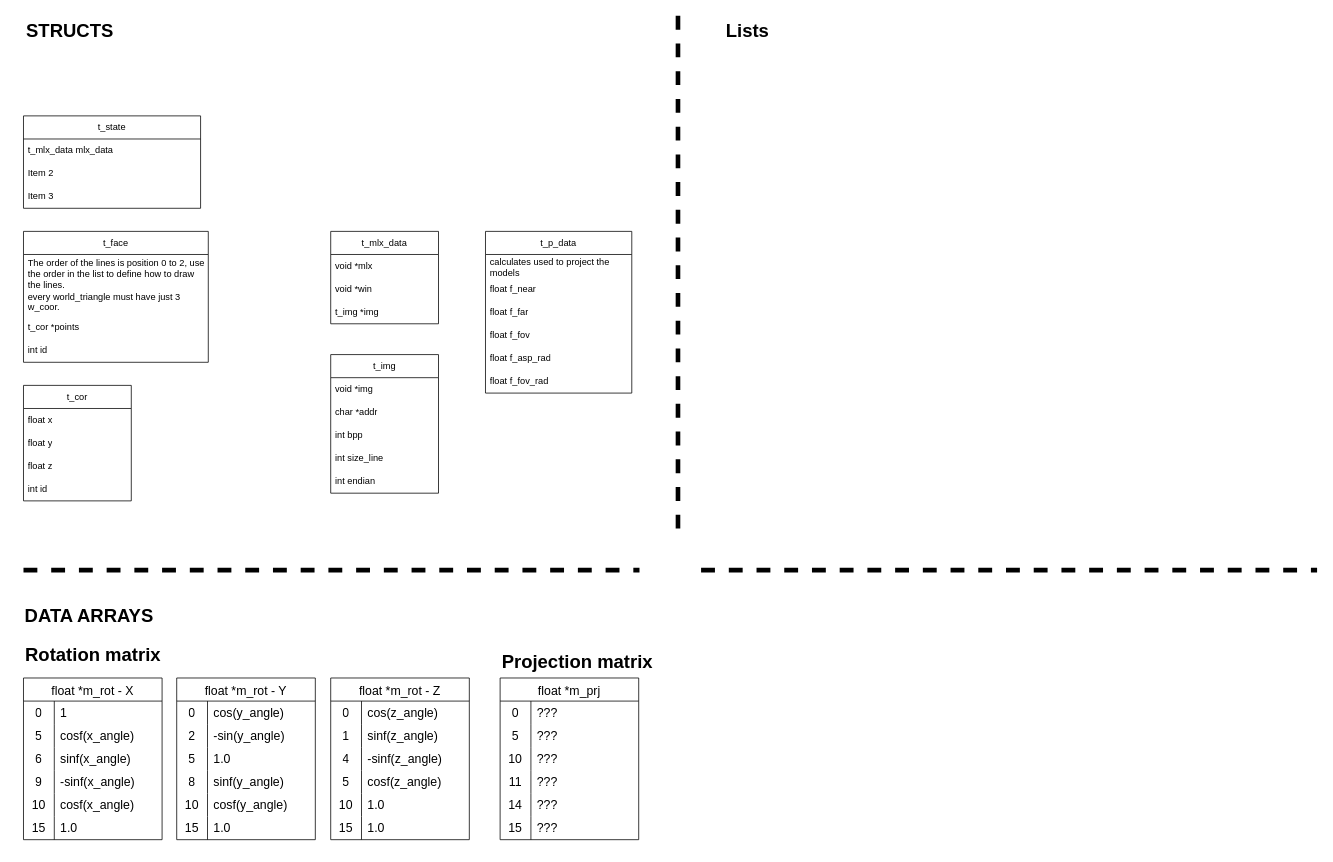
nythocampos/42_code keeps this draw.io diagram as page "data layer" (2 of 4) of Untitled Diagram.drawio. Above is the earlier version. Source tidied: cells renumbered, new cells numbered last; positions are measured from the earlier drawing's top-left corner, leaving out a move shared by most shapes. Both pictures are drawn from the tidied source at 77%, with x=0, y=0 at pixel (23, 15).
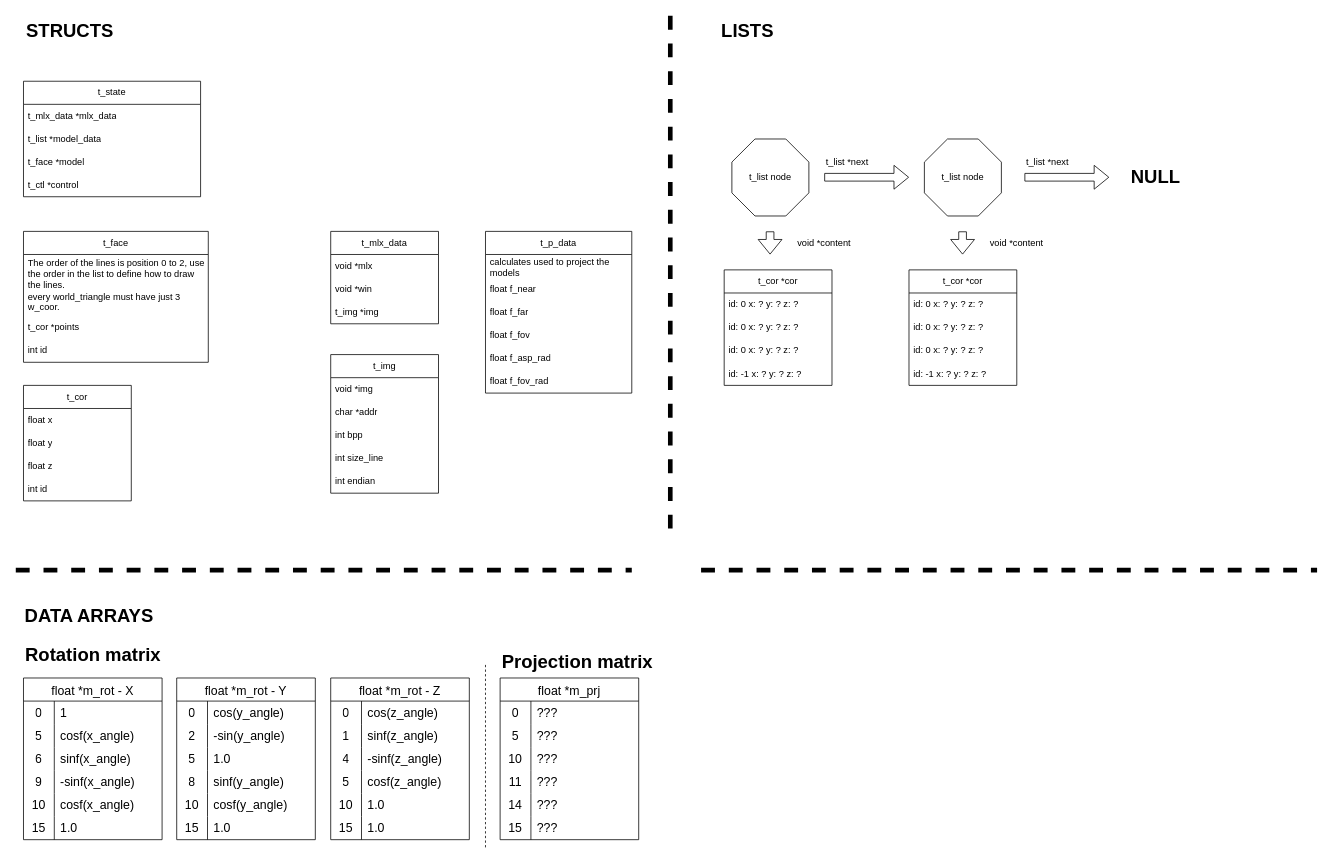
After the change.

What changed in the source:
```diff
@@
     <mxCell id="28" value="t_state" style="swimlane;fontStyle=0;horizontal=1;startSize=30;whiteSpace=wrap;html=1;" parent="1" vertex="1">
-      <mxGeometry y="130" width="230" height="120" as="geometry" />
+      <mxGeometry y="85" width="230" height="150" as="geometry" />
     </mxCell>
-    <mxCell id="29" value="t_mlx_data mlx_data" style="text;strokeColor=none;fillColor=none;align=left;verticalAlign=middle;spacingLeft=4;spacingRight=4;overflow=hidden;whiteSpace=wrap;html=1;" parent="28" vertex="1">
+    <mxCell id="29" value="t_mlx_data *mlx_data" style="text;strokeColor=none;fillColor=none;align=left;verticalAlign=middle;spacingLeft=4;spacingRight=4;overflow=hidden;whiteSpace=wrap;html=1;" parent="28" vertex="1">
       <mxGeometry y="30" width="230" height="30" as="geometry" />
     </mxCell>
-    <mxCell id="30" value="Item 2" style="text;strokeColor=none;fillColor=none;align=left;verticalAlign=middle;spacingLeft=4;spacingRight=4;overflow=hidden;whiteSpace=wrap;html=1;" parent="28" vertex="1">
+    <mxCell id="30" value="t_list *model_data" style="text;strokeColor=none;fillColor=none;align=left;verticalAlign=middle;spacingLeft=4;spacingRight=4;overflow=hidden;whiteSpace=wrap;html=1;" parent="28" vertex="1">
       <mxGeometry y="60" width="230" height="30" as="geometry" />
     </mxCell>
-    <mxCell id="31" value="Item 3" style="text;strokeColor=none;fillColor=none;align=left;verticalAlign=middle;spacingLeft=4;spacingRight=4;overflow=hidden;whiteSpace=wrap;html=1;" parent="28" vertex="1">
+    <mxCell id="31" value="t_face *model" style="text;strokeColor=none;fillColor=none;align=left;verticalAlign=middle;spacingLeft=4;spacingRight=4;overflow=hidden;whiteSpace=wrap;html=1;" parent="28" vertex="1">
       <mxGeometry y="90" width="230" height="30" as="geometry" />
     </mxCell>
+    <mxCell id="116" value="t_ctl *control" style="text;strokeColor=none;fillColor=none;align=left;verticalAlign=middle;spacingLeft=4;spacingRight=4;overflow=hidden;whiteSpace=wrap;html=1;" parent="28" vertex="1">
+      <mxGeometry y="120" width="230" height="30" as="geometry" />
+    </mxCell>
@@
     <mxCell id="111" style="endArrow=none;dashed=1;html=1;rounded=0;strokeWidth=6;" parent="1" edge="1">
       <mxGeometry relative="1" as="geometry">
-        <mxPoint y="720" as="sourcePoint" />
-        <mxPoint x="800" y="720" as="targetPoint" />
+        <mxPoint x="-10" y="720" as="sourcePoint" />
+        <mxPoint x="790" y="720" as="targetPoint" />
       </mxGeometry>
     </mxCell>
@@
     <mxCell id="113" style="endArrow=none;dashed=1;html=1;rounded=0;strokeWidth=6;" parent="1" edge="1">
       <mxGeometry relative="1" as="geometry">
-        <mxPoint x="850" as="sourcePoint" />
-        <mxPoint x="850" y="680" as="targetPoint" />
+        <mxPoint x="840" as="sourcePoint" />
+        <mxPoint x="840" y="680" as="targetPoint" />
       </mxGeometry>
     </mxCell>
-    <mxCell id="114" value="Lists" style="text;strokeColor=none;fillColor=none;html=1;fontSize=24;fontStyle=1;verticalAlign=middle;align=center;" parent="1" vertex="1">
+    <mxCell id="114" value="LISTS" style="text;strokeColor=none;fillColor=none;html=1;fontSize=24;fontStyle=1;verticalAlign=middle;align=center;" parent="1" vertex="1">
       <mxGeometry x="880" width="120" height="40" as="geometry" />
     </mxCell>
@@
+    <mxCell id="117" value="t_list node" style="whiteSpace=wrap;html=1;shape=mxgraph.basic.octagon2;align=center;verticalAlign=middle;dx=15;" parent="1" vertex="1">
+      <mxGeometry x="920" y="160" width="100" height="100" as="geometry" />
+    </mxCell>
+    <mxCell id="118" style="shape=flexArrow;endArrow=classic;html=1;rounded=0;" parent="1" edge="1">
+      <mxGeometry relative="1" as="geometry">
+        <mxPoint x="1040" y="209.7" as="sourcePoint" />
+        <mxPoint x="1150" y="209.7" as="targetPoint" />
+      </mxGeometry>
+    </mxCell>
+    <mxCell id="119" value="t_list node" style="whiteSpace=wrap;html=1;shape=mxgraph.basic.octagon2;align=center;verticalAlign=middle;dx=15;" parent="1" vertex="1">
+      <mxGeometry x="1170" y="160" width="100" height="100" as="geometry" />
+    </mxCell>
+    <mxCell id="120" value="t_list *next" style="text;html=1;align=center;verticalAlign=middle;whiteSpace=wrap;rounded=0;" parent="1" vertex="1">
+      <mxGeometry x="1040" y="175" width="60" height="30" as="geometry" />
+    </mxCell>
+    <mxCell id="121" value="void *content" style="text;html=1;align=center;verticalAlign=middle;whiteSpace=wrap;rounded=0;" parent="1" vertex="1">
+      <mxGeometry x="1000" y="280" width="80" height="30" as="geometry" />
+    </mxCell>
+    <mxCell id="122" style="shape=flexArrow;endArrow=classic;html=1;rounded=0;" parent="1" edge="1">
+      <mxGeometry relative="1" as="geometry">
+        <mxPoint x="1300" y="209.7" as="sourcePoint" />
+        <mxPoint x="1410" y="209.7" as="targetPoint" />
+      </mxGeometry>
+    </mxCell>
+    <mxCell id="123" value="t_list *next" style="text;html=1;align=center;verticalAlign=middle;whiteSpace=wrap;rounded=0;" parent="1" vertex="1">
+      <mxGeometry x="1300" y="175" width="60" height="30" as="geometry" />
+    </mxCell>
+    <mxCell id="124" value="NULL" style="text;strokeColor=none;fillColor=none;html=1;fontSize=24;fontStyle=1;verticalAlign=middle;align=center;" parent="1" vertex="1">
+      <mxGeometry x="1420" y="190" width="100" height="40" as="geometry" />
+    </mxCell>
+    <mxCell id="125" style="shape=flexArrow;endArrow=classic;html=1;rounded=0;" parent="1" edge="1">
+      <mxGeometry relative="1" as="geometry">
+        <mxPoint x="969.6" y="280" as="sourcePoint" />
+        <mxPoint x="969.6" y="310" as="targetPoint" />
+      </mxGeometry>
+    </mxCell>
+    <mxCell id="126" value="void *content" style="text;html=1;align=center;verticalAlign=middle;whiteSpace=wrap;rounded=0;" parent="1" vertex="1">
+      <mxGeometry x="1250" y="280" width="80" height="30" as="geometry" />
+    </mxCell>
+    <mxCell id="127" style="shape=flexArrow;endArrow=classic;html=1;rounded=0;" parent="1" edge="1">
+      <mxGeometry relative="1" as="geometry">
+        <mxPoint x="1219.6" y="280" as="sourcePoint" />
+        <mxPoint x="1219.6" y="310" as="targetPoint" />
+      </mxGeometry>
+    </mxCell>
+    <mxCell id="128" value="t_cor *cor" style="swimlane;fontStyle=0;horizontal=1;startSize=30;whiteSpace=wrap;html=1;" parent="1" vertex="1">
+      <mxGeometry x="1150" y="330" width="140" height="150" as="geometry" />
+    </mxCell>
+    <mxCell id="129" value="id: 0 x: ? y: ? z: ?" style="text;strokeColor=none;fillColor=none;align=left;verticalAlign=middle;spacingLeft=4;spacingRight=4;overflow=hidden;whiteSpace=wrap;html=1;" parent="128" vertex="1">
+      <mxGeometry y="30" width="140" height="30" as="geometry" />
+    </mxCell>
+    <mxCell id="130" value="id: 0 x: ? y: ? z: ?" style="text;strokeColor=none;fillColor=none;align=left;verticalAlign=middle;spacingLeft=4;spacingRight=4;overflow=hidden;whiteSpace=wrap;html=1;" parent="128" vertex="1">
+      <mxGeometry y="60" width="140" height="30" as="geometry" />
+    </mxCell>
+    <mxCell id="131" value="id: 0 x: ? y: ? z: ?" style="text;strokeColor=none;fillColor=none;align=left;verticalAlign=middle;spacingLeft=4;spacingRight=4;overflow=hidden;whiteSpace=wrap;html=1;" parent="128" vertex="1">
+      <mxGeometry y="90" width="140" height="30" as="geometry" />
+    </mxCell>
+    <mxCell id="132" value="id: -1 x: ? y: ? z: ?" style="text;strokeColor=none;fillColor=none;align=left;verticalAlign=middle;spacingLeft=4;spacingRight=4;overflow=hidden;whiteSpace=wrap;html=1;" parent="128" vertex="1">
+      <mxGeometry y="120" width="140" height="30" as="geometry" />
+    </mxCell>
+    <mxCell id="133" value="t_cor *cor" style="swimlane;fontStyle=0;horizontal=1;startSize=30;whiteSpace=wrap;html=1;" parent="1" vertex="1">
+      <mxGeometry x="910" y="330" width="140" height="150" as="geometry" />
+    </mxCell>
+    <mxCell id="134" value="id: 0 x: ? y: ? z: ?" style="text;strokeColor=none;fillColor=none;align=left;verticalAlign=middle;spacingLeft=4;spacingRight=4;overflow=hidden;whiteSpace=wrap;html=1;" parent="133" vertex="1">
+      <mxGeometry y="30" width="140" height="30" as="geometry" />
+    </mxCell>
+    <mxCell id="135" value="id: 0 x: ? y: ? z: ?" style="text;strokeColor=none;fillColor=none;align=left;verticalAlign=middle;spacingLeft=4;spacingRight=4;overflow=hidden;whiteSpace=wrap;html=1;" parent="133" vertex="1">
+      <mxGeometry y="60" width="140" height="30" as="geometry" />
+    </mxCell>
+    <mxCell id="136" value="id: 0 x: ? y: ? z: ?" style="text;strokeColor=none;fillColor=none;align=left;verticalAlign=middle;spacingLeft=4;spacingRight=4;overflow=hidden;whiteSpace=wrap;html=1;" parent="133" vertex="1">
+      <mxGeometry y="90" width="140" height="30" as="geometry" />
+    </mxCell>
+    <mxCell id="137" value="id: -1 x: ? y: ? z: ?" style="text;strokeColor=none;fillColor=none;align=left;verticalAlign=middle;spacingLeft=4;spacingRight=4;overflow=hidden;whiteSpace=wrap;html=1;" parent="133" vertex="1">
+      <mxGeometry y="120" width="140" height="30" as="geometry" />
+    </mxCell>
+    <mxCell id="138" style="endArrow=none;dashed=1;html=1;rounded=0;" parent="1" edge="1">
+      <mxGeometry relative="1" as="geometry">
+        <mxPoint x="600" y="1080" as="sourcePoint" />
+        <mxPoint x="600" y="840" as="targetPoint" />
+      </mxGeometry>
+    </mxCell>
```
